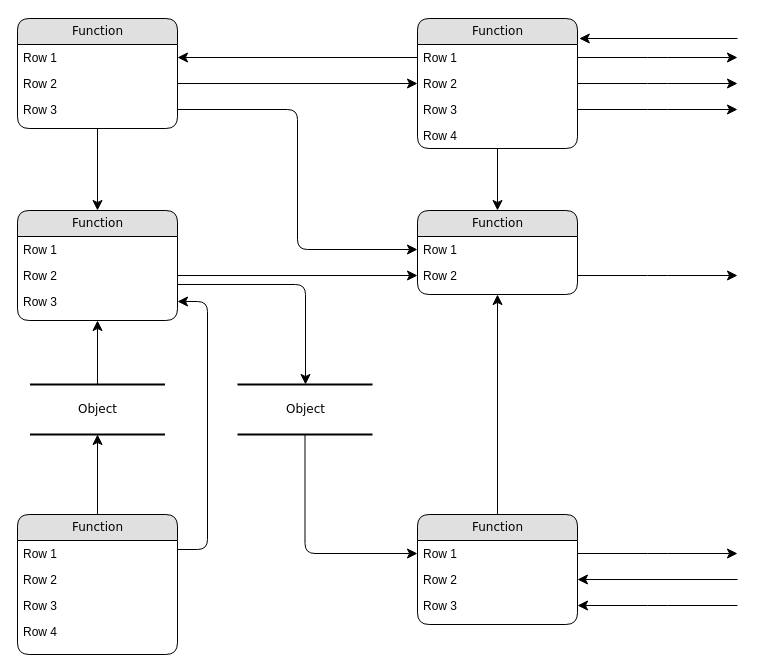
Above: Untitled Diagram.drawio in 98rahul/-sample-app (draw.io), before the change. Source tidied: cells renumbered, new cells numbered last; positions are measured from the earlier drawing's top-left corner, leaving out a move shared by most shapes. Both pictures are drawn from the tidied source at 100%, with x=0, y=0 at pixel (17, 18).
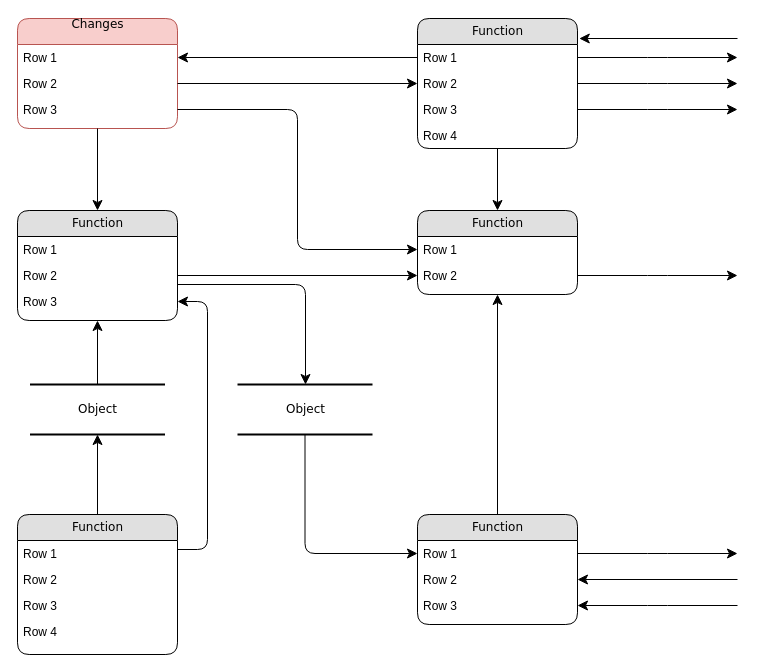
The same diagram, later.

Change to the diagram source:
```diff
@@
-    <mxCell id="3" value="Function" style="swimlane;html=1;fontStyle=0;horizontal=1;startSize=26;fillColor=#e0e0e0;swimlaneFillColor=#ffffff;align=center;rounded=1;shadow=0;comic=0;labelBackgroundColor=none;strokeWidth=1;fontFamily=Verdana;fontSize=12;" parent="1" vertex="1">
+    <mxCell id="3" value="Changes&lt;div&gt;&lt;br&gt;&lt;/div&gt;" style="swimlane;html=1;fontStyle=0;horizontal=1;startSize=26;fillColor=#f8cecc;swimlaneFillColor=#ffffff;align=center;rounded=1;shadow=0;comic=0;labelBackgroundColor=none;strokeWidth=1;fontFamily=Verdana;fontSize=12;strokeColor=#b85450;" parent="1" vertex="1">
       <mxGeometry width="160" height="110" as="geometry" />
     </mxCell>
```
